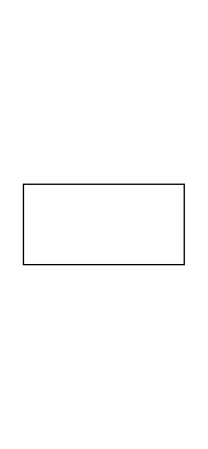
chenjinying1988/diagrams keeps this draw.io diagram as 用户分群.drawio. Above is the earlier version. Source tidied: cells renumbered, new cells numbered last; positions are measured from the earlier drawing's top-left corner, leaving out a move shared by most shapes. Both pictures are drawn from the tidied source at 134%, with x=0, y=0 at pixel (23, 184).
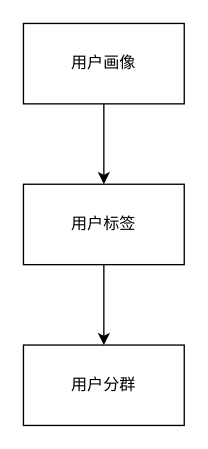
The same diagram, later.

Commit message (it also covers changes not shown here):
更新用户分群.drawio

Change to the diagram source:
```diff
@@
 <mxGraphModel>
   <root>
     <mxCell id="0" />
     <mxCell id="1" parent="0" />
+    <mxCell id="3" style="edgeStyle=orthogonalEdgeStyle;rounded=0;jettySize=auto;html=1;entryX=0.5;entryY=0;entryDx=0;entryDy=0;" parent="1" edge="1" source="2" target="6">
+      <mxGeometry relative="1" as="geometry" />
+    </mxCell>
-    <mxCell id="2" style="rounded=0;whiteSpace=wrap;html=1;" parent="1" vertex="1">
+    <mxCell id="2" value="用户标签" style="rounded=0;whiteSpace=wrap;html=1;" parent="1" vertex="1">
       <mxGeometry width="120" height="60" as="geometry" />
     </mxCell>
+    <mxCell id="4" style="edgeStyle=orthogonalEdgeStyle;rounded=0;jettySize=auto;html=1;exitX=0.5;exitY=1;exitDx=0;exitDy=0;entryX=0.5;entryY=0;entryDx=0;entryDy=0;" parent="1" edge="1" source="5" target="2">
+      <mxGeometry relative="1" as="geometry" />
+    </mxCell>
+    <mxCell id="5" value="用户画像" style="rounded=0;whiteSpace=wrap;html=1;" parent="1" vertex="1">
+      <mxGeometry y="-120" width="120" height="60" as="geometry" />
+    </mxCell>
+    <mxCell id="6" value="用户分群" style="rounded=0;whiteSpace=wrap;html=1;" parent="1" vertex="1">
+      <mxGeometry y="120" width="120" height="60" as="geometry" />
+    </mxCell>
   </root>
 </mxGraphModel>
```
